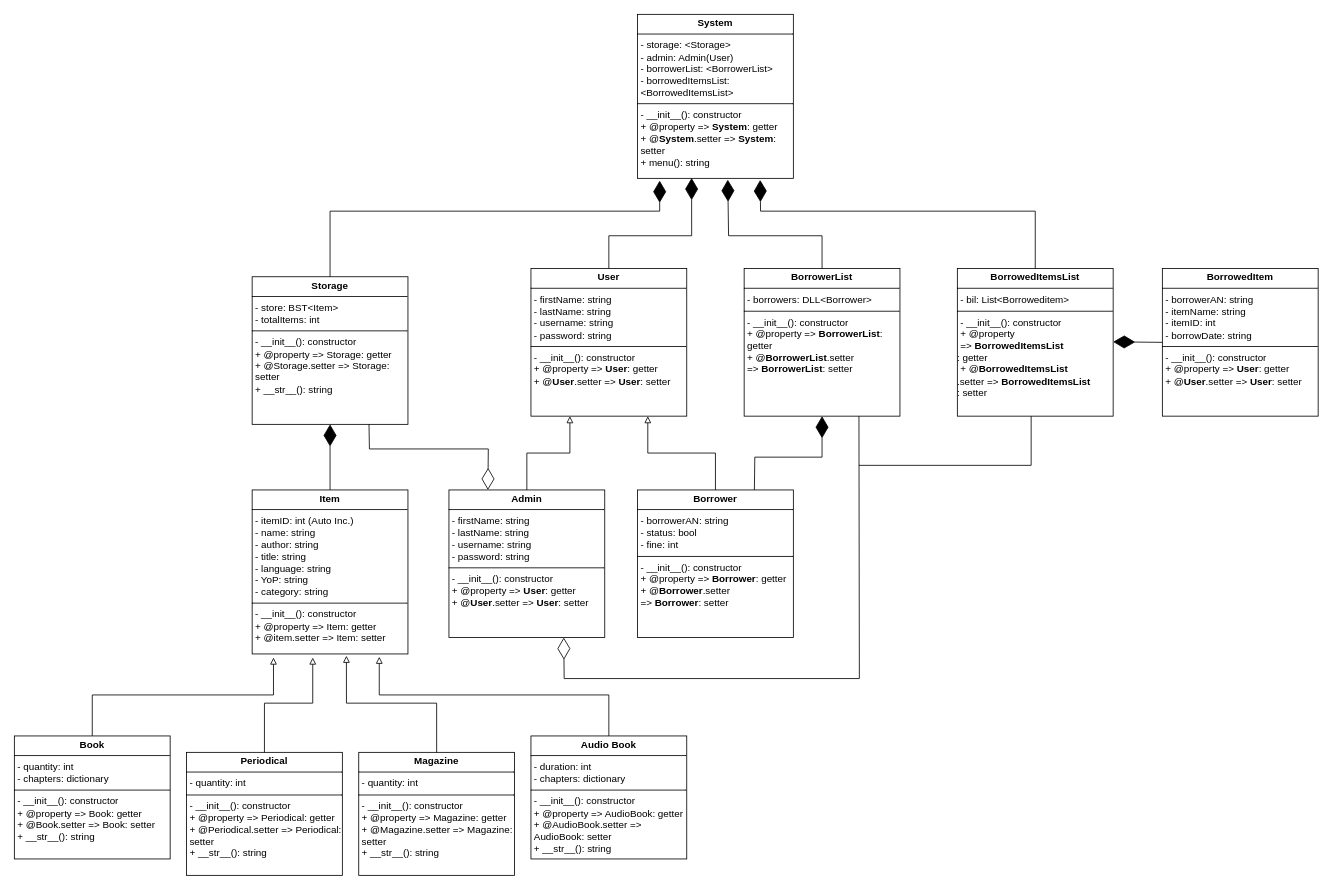
HammadAli132/SOLA-Library-System keeps this draw.io diagram as SOLA Design.drawio. Above is the earlier version. Source tidied: cells renumbered, new cells numbered last; positions are measured from the earlier drawing's top-left corner, leaving out a move shared by most shapes. Both pictures are drawn from the tidied source at 82%, with x=0, y=0 at pixel (14, 14).
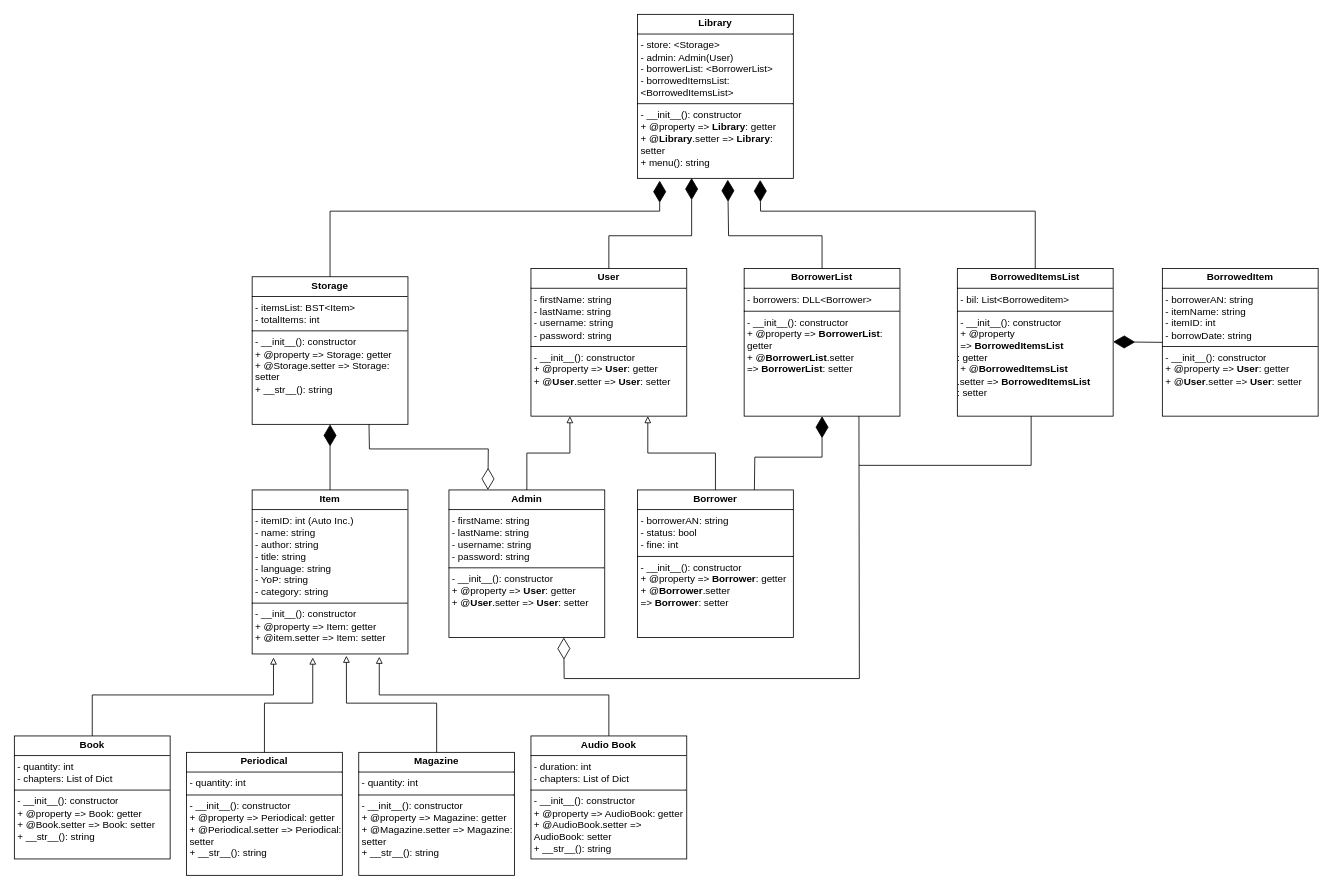
The same diagram, later.

Diff of the diagram source:
```diff
@@
-    <mxCell id="4" value="&lt;p style=&quot;margin:0px;margin-top:4px;text-align:center;&quot;&gt;&lt;b&gt;Book&lt;/b&gt;&lt;/p&gt;&lt;hr size=&quot;1&quot; style=&quot;border-style:solid;&quot;&gt;&lt;p style=&quot;margin:0px;margin-left:4px;&quot;&gt;- quantity: int&lt;br&gt;&lt;/p&gt;&lt;p style=&quot;margin:0px;margin-left:4px;&quot;&gt;- chapters: dictionary&lt;/p&gt;&lt;hr size=&quot;1&quot; style=&quot;border-style:solid;&quot;&gt;&lt;p style=&quot;margin:0px;margin-left:4px;&quot;&gt;- __init__(): constructor&lt;br&gt;+ @property =&amp;gt; Book: getter&lt;/p&gt;&lt;p style=&quot;margin:0px;margin-left:4px;&quot;&gt;+ @Book.setter =&amp;gt; Book: setter&lt;/p&gt;&lt;p style=&quot;margin:0px;margin-left:4px;&quot;&gt;+ __str__(): string&lt;/p&gt;" style="verticalAlign=top;align=left;overflow=fill;html=1;whiteSpace=wrap;" parent="1" vertex="1">
+    <mxCell id="4" value="&lt;p style=&quot;margin:0px;margin-top:4px;text-align:center;&quot;&gt;&lt;b&gt;Book&lt;/b&gt;&lt;/p&gt;&lt;hr size=&quot;1&quot; style=&quot;border-style:solid;&quot;&gt;&lt;p style=&quot;margin:0px;margin-left:4px;&quot;&gt;- quantity: int&lt;br&gt;&lt;/p&gt;&lt;p style=&quot;margin:0px;margin-left:4px;&quot;&gt;- chapters: List of Dict&lt;/p&gt;&lt;hr size=&quot;1&quot; style=&quot;border-style:solid;&quot;&gt;&lt;p style=&quot;margin:0px;margin-left:4px;&quot;&gt;- __init__(): constructor&lt;br&gt;+ @property =&amp;gt; Book: getter&lt;/p&gt;&lt;p style=&quot;margin:0px;margin-left:4px;&quot;&gt;+ @Book.setter =&amp;gt; Book: setter&lt;/p&gt;&lt;p style=&quot;margin:0px;margin-left:4px;&quot;&gt;+ __str__(): string&lt;/p&gt;" style="verticalAlign=top;align=left;overflow=fill;html=1;whiteSpace=wrap;" parent="1" vertex="1">
       <mxGeometry y="880" width="190" height="150" as="geometry" />
     </mxCell>
@@
-    <mxCell id="7" value="&lt;p style=&quot;margin:0px;margin-top:4px;text-align:center;&quot;&gt;&lt;b&gt;Audio Book&lt;/b&gt;&lt;/p&gt;&lt;hr size=&quot;1&quot; style=&quot;border-style:solid;&quot;&gt;&lt;p style=&quot;margin:0px;margin-left:4px;&quot;&gt;- duration: int&lt;br&gt;&lt;/p&gt;&lt;p style=&quot;margin:0px;margin-left:4px;&quot;&gt;- chapters: dictionary&lt;br&gt;&lt;/p&gt;&lt;hr size=&quot;1&quot; style=&quot;border-style:solid;&quot;&gt;&lt;p style=&quot;margin:0px;margin-left:4px;&quot;&gt;- __init__(): constructor&lt;br&gt;+ @property =&amp;gt; AudioBook: getter&lt;/p&gt;&lt;p style=&quot;margin:0px;margin-left:4px;&quot;&gt;+ @AudioBook.setter =&amp;gt; AudioBook: setter&lt;/p&gt;&lt;p style=&quot;margin:0px;margin-left:4px;&quot;&gt;+ __str__(): string&lt;br&gt;&lt;/p&gt;" style="verticalAlign=top;align=left;overflow=fill;html=1;whiteSpace=wrap;" parent="1" vertex="1">
+    <mxCell id="7" value="&lt;p style=&quot;margin:0px;margin-top:4px;text-align:center;&quot;&gt;&lt;b&gt;Audio Book&lt;/b&gt;&lt;/p&gt;&lt;hr size=&quot;1&quot; style=&quot;border-style:solid;&quot;&gt;&lt;p style=&quot;margin:0px;margin-left:4px;&quot;&gt;- duration: int&lt;br&gt;&lt;/p&gt;&lt;p style=&quot;margin:0px;margin-left:4px;&quot;&gt;- chapters:&amp;nbsp;&lt;span style=&quot;background-color: initial;&quot;&gt;List of Dict&lt;/span&gt;&lt;br&gt;&lt;/p&gt;&lt;hr size=&quot;1&quot; style=&quot;border-style:solid;&quot;&gt;&lt;p style=&quot;margin:0px;margin-left:4px;&quot;&gt;- __init__(): constructor&lt;br&gt;+ @property =&amp;gt; AudioBook: getter&lt;/p&gt;&lt;p style=&quot;margin:0px;margin-left:4px;&quot;&gt;+ @AudioBook.setter =&amp;gt; AudioBook: setter&lt;/p&gt;&lt;p style=&quot;margin:0px;margin-left:4px;&quot;&gt;+ __str__(): string&lt;br&gt;&lt;/p&gt;" style="verticalAlign=top;align=left;overflow=fill;html=1;whiteSpace=wrap;" parent="1" vertex="1">
       <mxGeometry x="630" y="880" width="190" height="150" as="geometry" />
     </mxCell>
@@
-    <mxCell id="11" value="&lt;p style=&quot;margin:0px;margin-top:4px;text-align:center;&quot;&gt;&lt;b&gt;Storage&lt;/b&gt;&lt;/p&gt;&lt;hr size=&quot;1&quot; style=&quot;border-style:solid;&quot;&gt;&lt;p style=&quot;margin:0px;margin-left:4px;&quot;&gt;- store: BST&amp;lt;Item&amp;gt;&lt;br&gt;&lt;/p&gt;&lt;p style=&quot;margin:0px;margin-left:4px;&quot;&gt;- totalItems: int&lt;/p&gt;&lt;hr size=&quot;1&quot; style=&quot;border-style:solid;&quot;&gt;&lt;p style=&quot;margin:0px;margin-left:4px;&quot;&gt;- __init__(): constructor&lt;br&gt;+ @property =&amp;gt; Storage: getter&lt;/p&gt;&lt;p style=&quot;margin:0px;margin-left:4px;&quot;&gt;+ @Storage.setter =&amp;gt; Storage: setter&lt;/p&gt;&lt;p style=&quot;margin:0px;margin-left:4px;&quot;&gt;+ __str__(): string&lt;/p&gt;" style="verticalAlign=top;align=left;overflow=fill;html=1;whiteSpace=wrap;" parent="1" vertex="1">
+    <mxCell id="11" value="&lt;p style=&quot;margin:0px;margin-top:4px;text-align:center;&quot;&gt;&lt;b&gt;Storage&lt;/b&gt;&lt;/p&gt;&lt;hr size=&quot;1&quot; style=&quot;border-style:solid;&quot;&gt;&lt;p style=&quot;margin:0px;margin-left:4px;&quot;&gt;- itemsList: BST&amp;lt;Item&amp;gt;&lt;br&gt;&lt;/p&gt;&lt;p style=&quot;margin:0px;margin-left:4px;&quot;&gt;- totalItems: int&lt;/p&gt;&lt;hr size=&quot;1&quot; style=&quot;border-style:solid;&quot;&gt;&lt;p style=&quot;margin:0px;margin-left:4px;&quot;&gt;- __init__(): constructor&lt;br&gt;+ @property =&amp;gt; Storage: getter&lt;/p&gt;&lt;p style=&quot;margin:0px;margin-left:4px;&quot;&gt;+ @Storage.setter =&amp;gt; Storage: setter&lt;/p&gt;&lt;p style=&quot;margin:0px;margin-left:4px;&quot;&gt;+ __str__(): string&lt;/p&gt;" style="verticalAlign=top;align=left;overflow=fill;html=1;whiteSpace=wrap;" parent="1" vertex="1">
       <mxGeometry x="290" y="320" width="190" height="180" as="geometry" />
     </mxCell>
@@
-    <mxCell id="22" value="&lt;p style=&quot;margin:0px;margin-top:4px;text-align:center;&quot;&gt;&lt;b&gt;System&lt;/b&gt;&lt;/p&gt;&lt;hr size=&quot;1&quot; style=&quot;border-style:solid;&quot;&gt;&lt;p style=&quot;margin:0px;margin-left:4px;&quot;&gt;- storage: &amp;lt;Storage&amp;gt;&lt;br&gt;&lt;/p&gt;&lt;p style=&quot;margin:0px;margin-left:4px;&quot;&gt;- admin: Admin(User)&lt;/p&gt;&lt;p style=&quot;margin:0px;margin-left:4px;&quot;&gt;- borrowerList: &amp;lt;BorrowerList&amp;gt;&lt;/p&gt;&lt;p style=&quot;margin:0px;margin-left:4px;&quot;&gt;- borrowedItemsList: &amp;lt;BorrowedItemsList&amp;gt;&lt;/p&gt;&lt;hr size=&quot;1&quot; style=&quot;border-style:solid;&quot;&gt;&lt;p style=&quot;margin:0px;margin-left:4px;&quot;&gt;- __init__(): constructor&lt;br&gt;+ @property =&amp;gt;&amp;nbsp;&lt;b style=&quot;text-align: center;&quot;&gt;System&lt;/b&gt;: getter&lt;/p&gt;&lt;p style=&quot;margin:0px;margin-left:4px;&quot;&gt;+ @&lt;b style=&quot;text-align: center;&quot;&gt;System&lt;/b&gt;.setter =&amp;gt;&amp;nbsp;&lt;b style=&quot;text-align: center;&quot;&gt;System&lt;/b&gt;: setter&lt;/p&gt;&lt;p style=&quot;margin:0px;margin-left:4px;&quot;&gt;+ menu(): string&lt;/p&gt;" style="verticalAlign=top;align=left;overflow=fill;html=1;whiteSpace=wrap;" parent="1" vertex="1">
+    <mxCell id="22" value="&lt;p style=&quot;margin:0px;margin-top:4px;text-align:center;&quot;&gt;&lt;b&gt;Library&lt;/b&gt;&lt;/p&gt;&lt;hr size=&quot;1&quot; style=&quot;border-style:solid;&quot;&gt;&lt;p style=&quot;margin:0px;margin-left:4px;&quot;&gt;- store: &amp;lt;Storage&amp;gt;&lt;br&gt;&lt;/p&gt;&lt;p style=&quot;margin:0px;margin-left:4px;&quot;&gt;- admin: Admin(User)&lt;/p&gt;&lt;p style=&quot;margin:0px;margin-left:4px;&quot;&gt;- borrowerList: &amp;lt;BorrowerList&amp;gt;&lt;/p&gt;&lt;p style=&quot;margin:0px;margin-left:4px;&quot;&gt;- borrowedItemsList: &amp;lt;BorrowedItemsList&amp;gt;&lt;/p&gt;&lt;hr size=&quot;1&quot; style=&quot;border-style:solid;&quot;&gt;&lt;p style=&quot;margin:0px;margin-left:4px;&quot;&gt;- __init__(): constructor&lt;br&gt;+ @property =&amp;gt;&amp;nbsp;&lt;b style=&quot;text-align: center;&quot;&gt;Library&lt;/b&gt;: getter&lt;/p&gt;&lt;p style=&quot;margin:0px;margin-left:4px;&quot;&gt;+ @&lt;b style=&quot;text-align: center;&quot;&gt;Library&lt;/b&gt;.setter =&amp;gt;&amp;nbsp;&lt;b style=&quot;text-align: center;&quot;&gt;Library&lt;/b&gt;: setter&lt;/p&gt;&lt;p style=&quot;margin:0px;margin-left:4px;&quot;&gt;+ menu(): string&lt;/p&gt;" style="verticalAlign=top;align=left;overflow=fill;html=1;whiteSpace=wrap;" parent="1" vertex="1">
       <mxGeometry x="760" width="190" height="200" as="geometry" />
     </mxCell>
```
